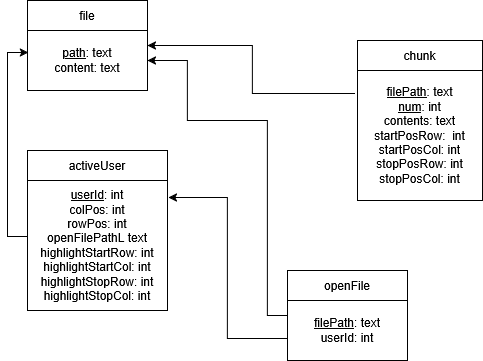
Earlier version of the draw.io export docs/filefly schema diagram.drawio.png (TheIcyStar/filefly). Source tidied: cells renumbered, new cells last; positions are measured from the earlier drawing's top-left corner, leaving out a move shared by most shapes.
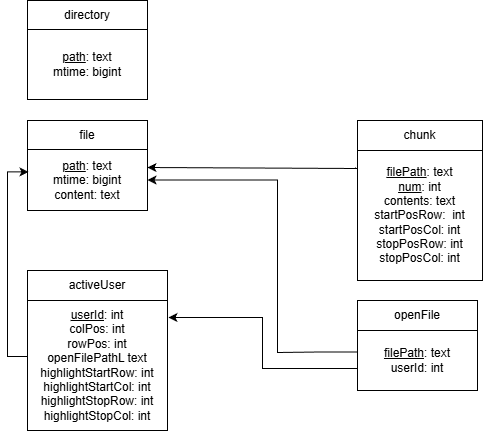
After the commit.

The edit, as a diff of the source:
```diff
@@ -5,27 +5,26 @@
     <mxCell id="2" value="file" style="rounded=0;whiteSpace=wrap;html=1;" parent="1" vertex="1">
       <mxGeometry width="120" height="30" as="geometry" />
     </mxCell>
-    <mxCell id="3" value="&lt;div&gt;&lt;u&gt;path&lt;/u&gt;: text&lt;/div&gt;&lt;div&gt;content: text&lt;/div&gt;" style="rounded=0;whiteSpace=wrap;html=1;" parent="1" vertex="1">
-      <mxGeometry y="30" width="120" height="60" as="geometry" />
+    <mxCell id="3" value="&lt;div&gt;&lt;u&gt;path&lt;/u&gt;: text&lt;br&gt;mtime: bigint&lt;/div&gt;&lt;div&gt;content: text&lt;/div&gt;" style="rounded=0;whiteSpace=wrap;html=1;" parent="1" vertex="1">
+      <mxGeometry y="29" width="120" height="61" as="geometry" />
     </mxCell>
     <mxCell id="4" value="openFile" style="rounded=0;whiteSpace=wrap;html=1;" parent="1" vertex="1">
-      <mxGeometry x="260" y="270" width="120" height="30" as="geometry" />
+      <mxGeometry x="330" y="180" width="120" height="30" as="geometry" />
     </mxCell>
     <mxCell id="5" style="edgeStyle=orthogonalEdgeStyle;rounded=0;jettySize=auto;html=1;exitX=0;exitY=0.633;exitDx=0;exitDy=0;entryX=1.007;entryY=0.131;entryDx=0;entryDy=0;exitPerimeter=0;entryPerimeter=0;" parent="1" edge="1" source="7" target="10">
       <mxGeometry relative="1" as="geometry" />
     </mxCell>
-    <mxCell id="6" style="edgeStyle=orthogonalEdgeStyle;rounded=0;jettySize=auto;html=1;exitX=0;exitY=0.25;exitDx=0;exitDy=0;entryX=1;entryY=0.5;entryDx=0;entryDy=0;" parent="1" edge="1" source="7" target="3">
+    <mxCell id="6" style="edgeStyle=orthogonalEdgeStyle;rounded=0;jettySize=auto;html=1;exitX=0.002;exitY=0.359;exitDx=0;exitDy=0;exitPerimeter=0;" parent="1" edge="1" source="7" target="3">
       <mxGeometry relative="1" as="geometry">
         <Array as="points">
-          <mxPoint x="240" y="315" />
-          <mxPoint x="240" y="120" />
-          <mxPoint x="160" y="120" />
-          <mxPoint x="160" y="60" />
+          <mxPoint x="290" y="232" />
+          <mxPoint x="250" y="232" />
+          <mxPoint x="250" y="59" />
         </Array>
       </mxGeometry>
     </mxCell>
     <mxCell id="7" value="&lt;div&gt;&lt;u&gt;filePath&lt;/u&gt;: text&lt;/div&gt;&lt;div&gt;userId: int&lt;/div&gt;" style="rounded=0;whiteSpace=wrap;html=1;" parent="1" vertex="1">
-      <mxGeometry x="260" y="300" width="120" height="60" as="geometry" />
+      <mxGeometry x="330" y="210" width="120" height="60" as="geometry" />
     </mxCell>
     <mxCell id="8" value="activeUser" style="rounded=0;whiteSpace=wrap;html=1;" parent="1" vertex="1">
       <mxGeometry y="150" width="140" height="30" as="geometry" />
@@ -37,13 +36,27 @@
       <mxGeometry y="180" width="140" height="130" as="geometry" />
     </mxCell>
     <mxCell id="11" value="chunk" style="rounded=0;whiteSpace=wrap;html=1;" parent="1" vertex="1">
-      <mxGeometry x="330" y="40" width="125" height="30" as="geometry" />
+      <mxGeometry x="330" width="125" height="30" as="geometry" />
     </mxCell>
-    <mxCell id="12" style="edgeStyle=orthogonalEdgeStyle;rounded=0;jettySize=auto;html=1;exitX=-0.02;exitY=0.177;exitDx=0;exitDy=0;entryX=1;entryY=0.25;entryDx=0;entryDy=0;exitPerimeter=0;" parent="1" edge="1" source="13" target="3">
-      <mxGeometry relative="1" as="geometry" />
+    <mxCell id="12" style="edgeStyle=orthogonalEdgeStyle;rounded=0;orthogonalLoop=1;jettySize=auto;html=1;" parent="1" edge="1">
+      <mxGeometry relative="1" as="geometry">
+        <mxPoint x="328" y="47" as="sourcePoint" />
+        <mxPoint x="120" y="47" as="targetPoint" />
+        <Array as="points">
+          <mxPoint x="328" y="48" />
+          <mxPoint x="330" y="48" />
+          <mxPoint x="330" y="47" />
+        </Array>
+      </mxGeometry>
     </mxCell>
     <mxCell id="13" value="&lt;div&gt;&lt;u&gt;filePath&lt;/u&gt;: text&lt;/div&gt;&lt;div&gt;&lt;u&gt;num&lt;/u&gt;: int&lt;/div&gt;&lt;div&gt;contents: text&lt;/div&gt;&lt;div&gt;startPosRow:&amp;nbsp; int&lt;/div&gt;&lt;div&gt;startPosCol: int&lt;/div&gt;&lt;div&gt;stopPosRow: int&lt;/div&gt;&lt;div&gt;stopPosCol: int&lt;/div&gt;" style="rounded=0;whiteSpace=wrap;html=1;" parent="1" vertex="1">
-      <mxGeometry x="330" y="70" width="125" height="130" as="geometry" />
+      <mxGeometry x="330" y="30" width="125" height="130" as="geometry" />
     </mxCell>
+    <mxCell id="14" value="directory" style="rounded=0;whiteSpace=wrap;html=1;" parent="1" vertex="1">
+      <mxGeometry y="-120" width="120" height="30" as="geometry" />
+    </mxCell>
+    <mxCell id="15" value="&lt;div&gt;&lt;u&gt;path&lt;/u&gt;: text&lt;br&gt;mtime: bigint&lt;/div&gt;" style="rounded=0;whiteSpace=wrap;html=1;" parent="1" vertex="1">
+      <mxGeometry y="-91" width="120" height="70" as="geometry" />
+    </mxCell>
   </root>
 </mxGraphModel>
```
